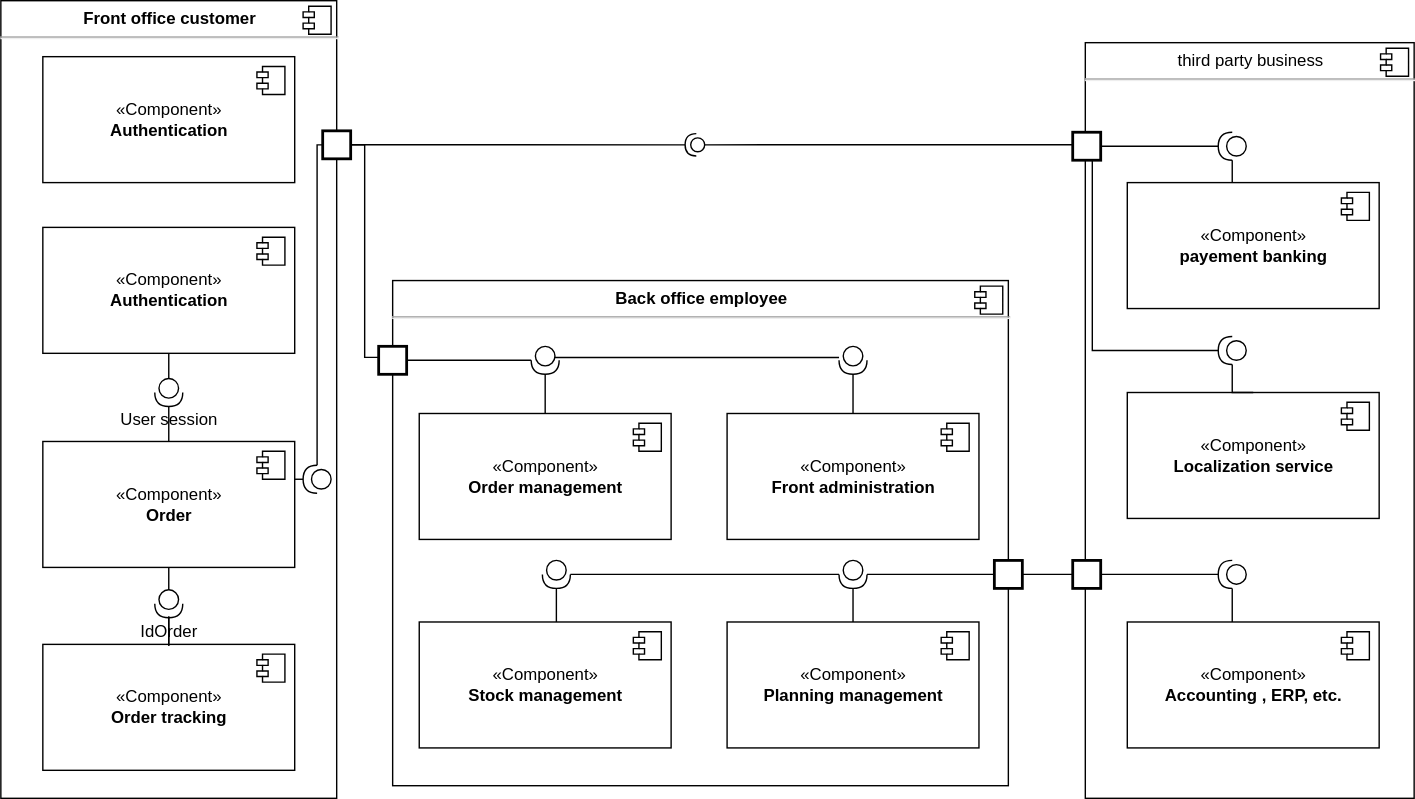
Earlier version of the draw.io export docs/DC_P6.svg (jean-charles-gibier/OC_pizza). Source tidied: cells renumbered, new cells last; positions are measured from the earlier drawing's top-left corner, leaving out a move shared by most shapes.
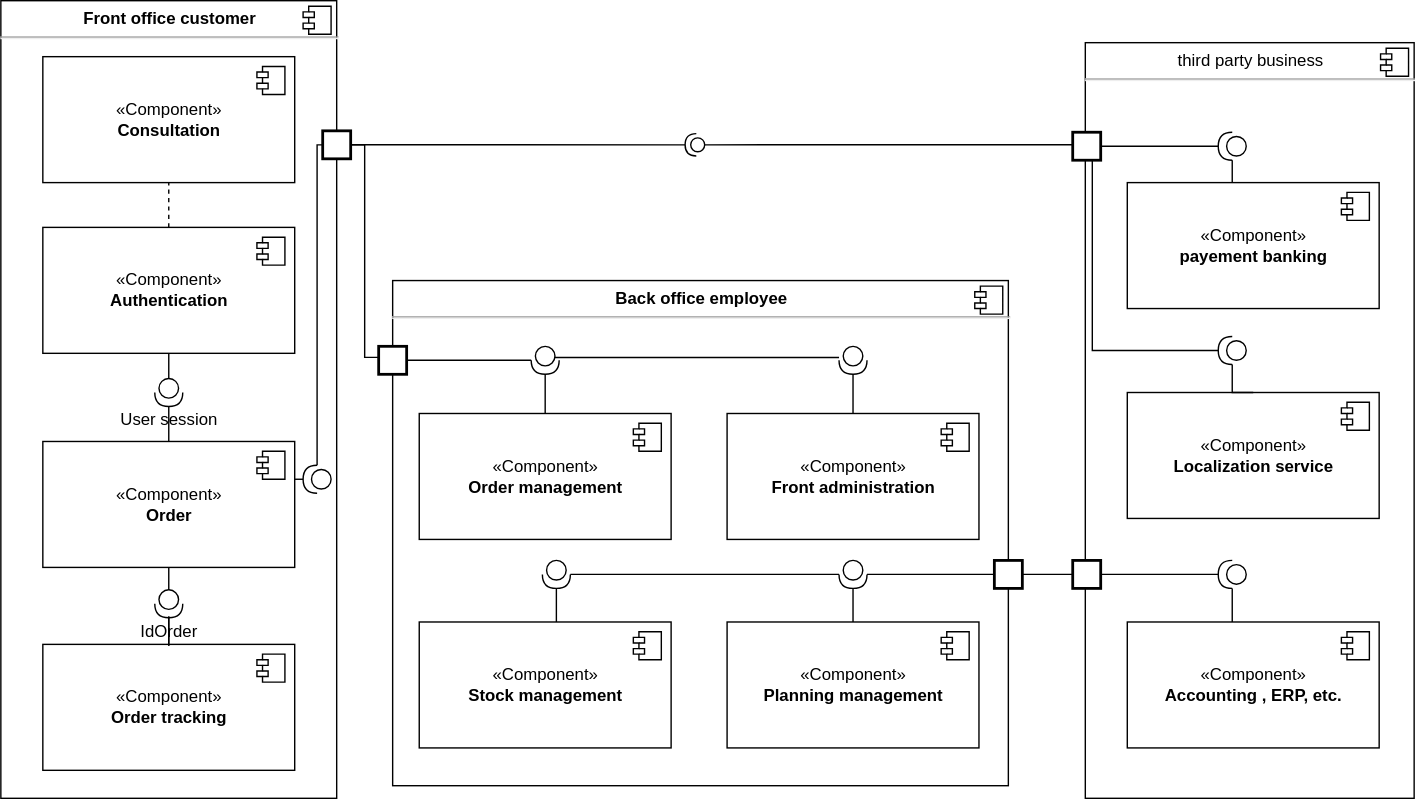
Above is the later version.

Change to the diagram source:
```diff
@@ -276,7 +276,7 @@
         <mxPoint x="-27" y="7" as="offset" />
       </mxGeometry>
     </mxCell>
-    <mxCell id="68" value="«Component»&lt;br&gt;&lt;b&gt;Authentication&lt;/b&gt;" style="html=1;" parent="1" vertex="1">
+    <mxCell id="68" value="«Component»&lt;br&gt;&lt;b&gt;Consultation&lt;/b&gt;" style="html=1;" parent="1" vertex="1">
       <mxGeometry x="30" y="40" width="180" height="90" as="geometry" />
     </mxCell>
     <mxCell id="69" style="shape=component;jettyWidth=8;jettyHeight=4;" parent="68" vertex="1">
@@ -284,5 +284,8 @@
         <mxPoint x="-27" y="7" as="offset" />
       </mxGeometry>
     </mxCell>
+    <mxCell id="70" style="endArrow=none;dashed=1;html=1;entryX=0.5;entryY=1;entryDx=0;entryDy=0;" parent="1" edge="1" source="64" target="68">
+      <mxGeometry relative="1" as="geometry" />
+    </mxCell>
   </root>
 </mxGraphModel>
```
